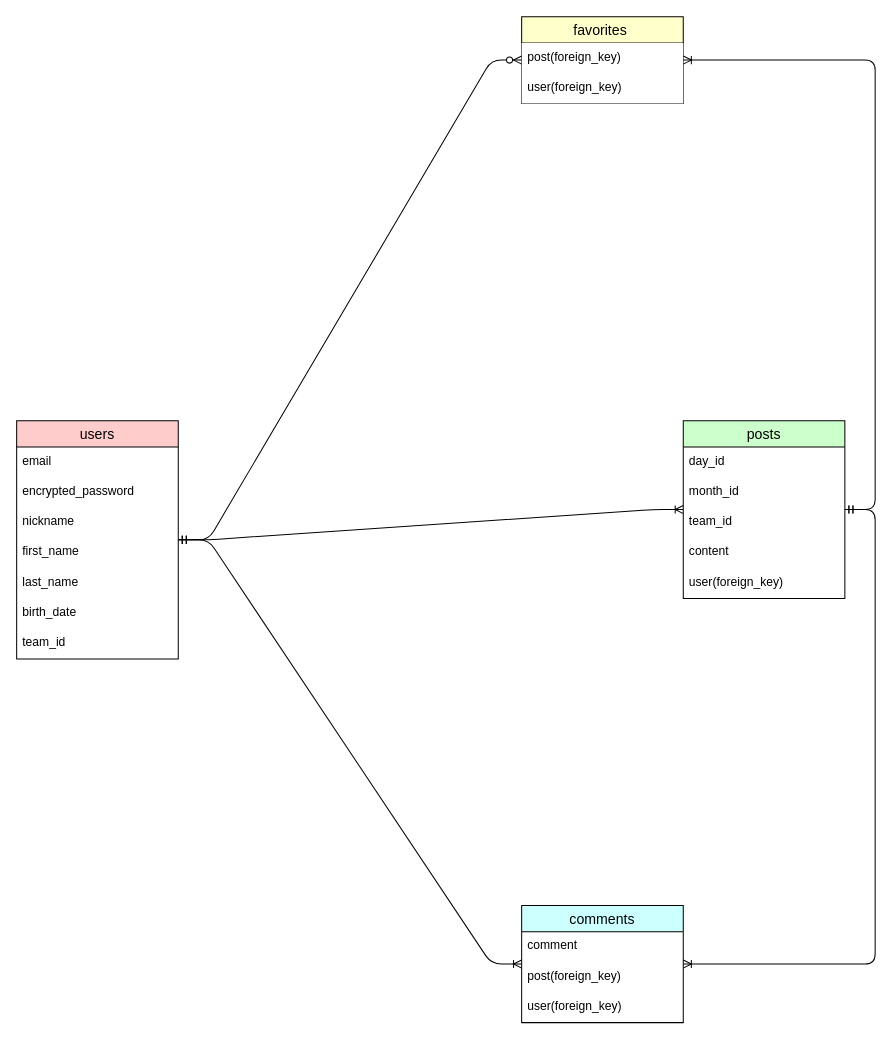
The draw.io diagram gofutbol.dio in takunakashima/gofutbol, before the edit. Source tidied: cells renumbered, new cells numbered last; positions are measured from the earlier drawing's top-left corner, leaving out a move shared by most shapes. Both pictures are drawn from the tidied source at 101%, with x=0, y=0 at pixel (16, 16).
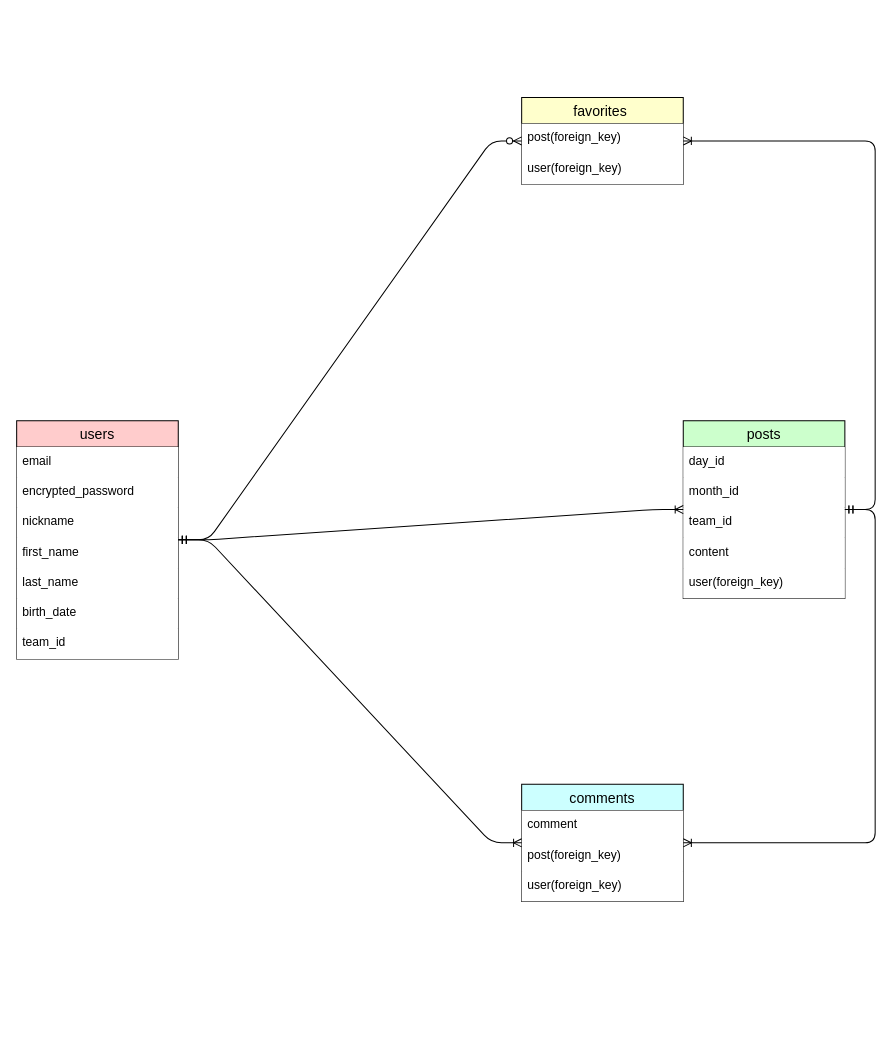
The same page after the edit.

The change refers to these unchanged cells:
```xml
<mxCell id="2" value="users" style="swimlane;fontStyle=0;horizontal=1;startSize=26;align=center;fontSize=14;fillColor=#FFCCCC;" parent="1" vertex="1">
  <mxGeometry y="400" width="160" height="236" as="geometry" />
</mxCell>
<mxCell id="10" value="posts" style="swimlane;fontStyle=0;horizontal=1;startSize=26;align=center;fontSize=14;fillColor=#CCFFCC;" parent="1" vertex="1">
  <mxGeometry x="660" y="400" width="160" height="176" as="geometry" />
</mxCell>
```

What changed in the source:
```diff
@@
-    <mxCell id="3" value="email" style="text;strokeColor=none;fillColor=none;spacingLeft=4;spacingRight=4;overflow=hidden;fontSize=12;" parent="2" vertex="1">
+    <mxCell id="3" value="email" style="text;strokeColor=none;fillColor=#FFFFFF;spacingLeft=4;spacingRight=4;overflow=hidden;fontSize=12;" parent="2" vertex="1">
       <mxGeometry y="26" width="160" height="30" as="geometry" />
     </mxCell>
-    <mxCell id="4" value="encrypted_password" style="text;strokeColor=none;fillColor=none;spacingLeft=4;spacingRight=4;overflow=hidden;fontSize=12;" parent="2" vertex="1">
+    <mxCell id="4" value="encrypted_password" style="text;strokeColor=none;fillColor=#FFFFFF;spacingLeft=4;spacingRight=4;overflow=hidden;fontSize=12;" parent="2" vertex="1">
       <mxGeometry y="56" width="160" height="30" as="geometry" />
     </mxCell>
-    <mxCell id="5" value="nickname" style="text;strokeColor=none;fillColor=none;spacingLeft=4;spacingRight=4;overflow=hidden;fontSize=12;" parent="2" vertex="1">
+    <mxCell id="5" value="nickname" style="text;strokeColor=none;fillColor=#FFFFFF;spacingLeft=4;spacingRight=4;overflow=hidden;fontSize=12;" parent="2" vertex="1">
       <mxGeometry y="86" width="160" height="30" as="geometry" />
     </mxCell>
-    <mxCell id="6" value="first_name" style="text;strokeColor=none;fillColor=none;spacingLeft=4;spacingRight=4;overflow=hidden;fontSize=12;" parent="2" vertex="1">
+    <mxCell id="6" value="first_name" style="text;strokeColor=none;fillColor=#FFFFFF;spacingLeft=4;spacingRight=4;overflow=hidden;fontSize=12;" parent="2" vertex="1">
       <mxGeometry y="116" width="160" height="30" as="geometry" />
     </mxCell>
-    <mxCell id="7" value="last_name" style="text;strokeColor=none;fillColor=none;spacingLeft=4;spacingRight=4;overflow=hidden;fontSize=12;" parent="2" vertex="1">
+    <mxCell id="7" value="last_name" style="text;strokeColor=none;fillColor=#FFFFFF;spacingLeft=4;spacingRight=4;overflow=hidden;fontSize=12;" parent="2" vertex="1">
       <mxGeometry y="146" width="160" height="30" as="geometry" />
     </mxCell>
-    <mxCell id="8" value="birth_date" style="text;strokeColor=none;fillColor=none;spacingLeft=4;spacingRight=4;overflow=hidden;fontSize=12;" parent="2" vertex="1">
+    <mxCell id="8" value="birth_date" style="text;strokeColor=none;fillColor=#FFFFFF;spacingLeft=4;spacingRight=4;overflow=hidden;fontSize=12;" parent="2" vertex="1">
       <mxGeometry y="176" width="160" height="30" as="geometry" />
     </mxCell>
-    <mxCell id="9" value="team_id" style="text;strokeColor=none;fillColor=none;spacingLeft=4;spacingRight=4;overflow=hidden;fontSize=12;" parent="2" vertex="1">
+    <mxCell id="9" value="team_id" style="text;strokeColor=none;fillColor=#FFFFFF;spacingLeft=4;spacingRight=4;overflow=hidden;fontSize=12;" parent="2" vertex="1">
       <mxGeometry y="206" width="160" height="30" as="geometry" />
     </mxCell>
@@
-    <mxCell id="11" value="day_id" style="text;strokeColor=none;fillColor=none;spacingLeft=4;spacingRight=4;overflow=hidden;fontSize=12;" parent="10" vertex="1">
+    <mxCell id="11" value="day_id" style="text;strokeColor=none;fillColor=#FFFFFF;spacingLeft=4;spacingRight=4;overflow=hidden;fontSize=12;" parent="10" vertex="1">
       <mxGeometry y="26" width="160" height="30" as="geometry" />
     </mxCell>
-    <mxCell id="12" value="month_id" style="text;strokeColor=none;fillColor=none;spacingLeft=4;spacingRight=4;overflow=hidden;fontSize=12;" parent="10" vertex="1">
+    <mxCell id="12" value="month_id" style="text;strokeColor=none;fillColor=#FFFFFF;spacingLeft=4;spacingRight=4;overflow=hidden;fontSize=12;" parent="10" vertex="1">
       <mxGeometry y="56" width="160" height="30" as="geometry" />
     </mxCell>
-    <mxCell id="13" value="team_id" style="text;strokeColor=none;fillColor=none;spacingLeft=4;spacingRight=4;overflow=hidden;fontSize=12;" parent="10" vertex="1">
+    <mxCell id="13" value="team_id" style="text;strokeColor=none;fillColor=#FFFFFF;spacingLeft=4;spacingRight=4;overflow=hidden;fontSize=12;" parent="10" vertex="1">
       <mxGeometry y="86" width="160" height="30" as="geometry" />
     </mxCell>
-    <mxCell id="14" value="content" style="text;strokeColor=none;fillColor=none;spacingLeft=4;spacingRight=4;overflow=hidden;fontSize=12;" parent="10" vertex="1">
+    <mxCell id="14" value="content" style="text;strokeColor=none;fillColor=#FFFFFF;spacingLeft=4;spacingRight=4;overflow=hidden;fontSize=12;" parent="10" vertex="1">
       <mxGeometry y="116" width="160" height="30" as="geometry" />
     </mxCell>
-    <mxCell id="15" value="user(foreign_key)" style="text;strokeColor=none;fillColor=none;spacingLeft=4;spacingRight=4;overflow=hidden;fontSize=12;" parent="10" vertex="1">
+    <mxCell id="15" value="user(foreign_key)" style="text;strokeColor=none;fillColor=#FFFFFF;spacingLeft=4;spacingRight=4;overflow=hidden;fontSize=12;" parent="10" vertex="1">
       <mxGeometry y="146" width="160" height="30" as="geometry" />
     </mxCell>
     <mxCell id="16" value="comments" style="swimlane;fontStyle=0;horizontal=1;startSize=26;align=center;fontSize=14;fillColor=#CCFFFF;" parent="1" vertex="1">
-      <mxGeometry x="500" y="880" width="160" height="116" as="geometry" />
+      <mxGeometry x="500" y="760" width="160" height="116" as="geometry" />
     </mxCell>
-    <mxCell id="17" value="comment" style="text;strokeColor=none;fillColor=none;spacingLeft=4;spacingRight=4;overflow=hidden;fontSize=12;" parent="16" vertex="1">
+    <mxCell id="17" value="comment" style="text;strokeColor=none;fillColor=#FFFFFF;spacingLeft=4;spacingRight=4;overflow=hidden;fontSize=12;" parent="16" vertex="1">
       <mxGeometry y="26" width="160" height="30" as="geometry" />
     </mxCell>
-    <mxCell id="18" value="post(foreign_key)" style="text;strokeColor=none;fillColor=none;spacingLeft=4;spacingRight=4;overflow=hidden;fontSize=12;" parent="16" vertex="1">
+    <mxCell id="18" value="post(foreign_key)" style="text;strokeColor=none;fillColor=#FFFFFF;spacingLeft=4;spacingRight=4;overflow=hidden;fontSize=12;" parent="16" vertex="1">
       <mxGeometry y="56" width="160" height="30" as="geometry" />
     </mxCell>
-    <mxCell id="19" value="user(foreign_key)" style="text;strokeColor=none;fillColor=none;spacingLeft=4;spacingRight=4;overflow=hidden;fontSize=12;" parent="16" vertex="1">
+    <mxCell id="19" value="user(foreign_key)" style="text;strokeColor=none;fillColor=#FFFFFF;spacingLeft=4;spacingRight=4;overflow=hidden;fontSize=12;" parent="16" vertex="1">
       <mxGeometry y="86" width="160" height="30" as="geometry" />
     </mxCell>
@@
     <mxCell id="23" value="favorites " style="swimlane;fontStyle=0;horizontal=1;startSize=26;align=center;fontSize=14;fillColor=#FFFFCC;" parent="1" vertex="1">
-      <mxGeometry x="500" width="160" height="86" as="geometry" />
+      <mxGeometry x="500" y="80" width="160" height="86" as="geometry" />
     </mxCell>
```
